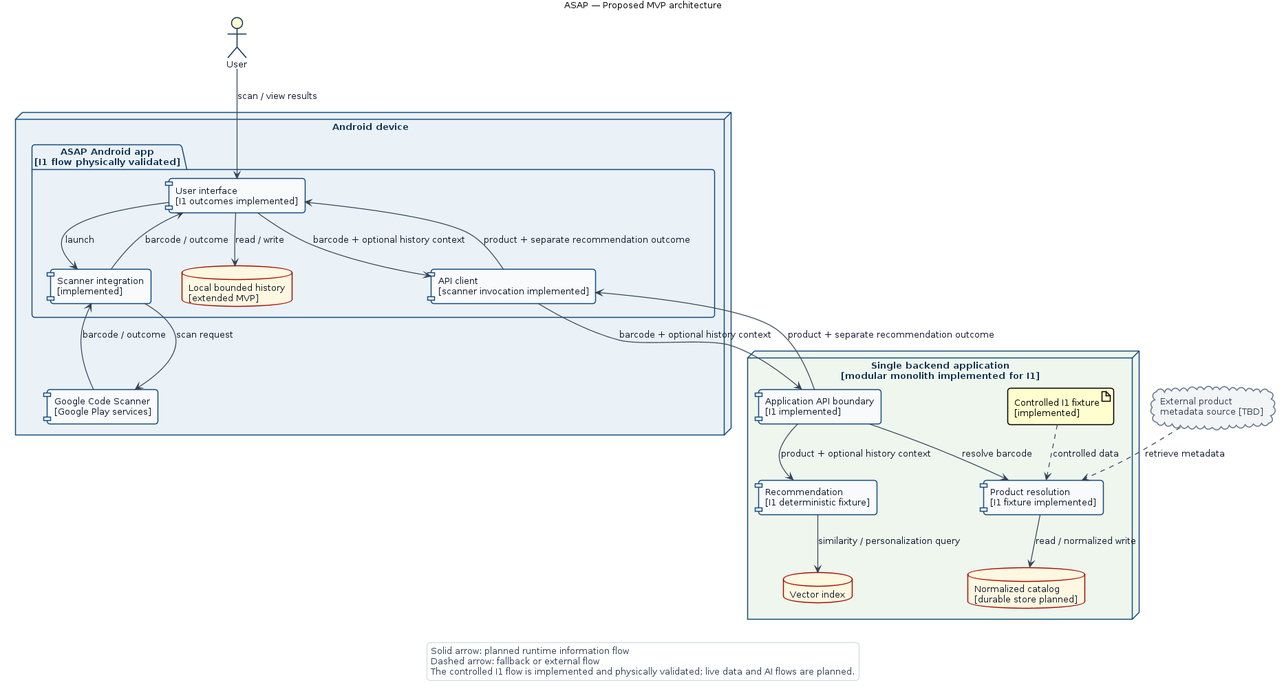
This is docs/diagrams/rendered/component-architecture.png from mikelandjelos/asap-app, a PlantUML export, as it was before one commit. Its source is kept beside it as docs/diagrams/component-architecture.puml.
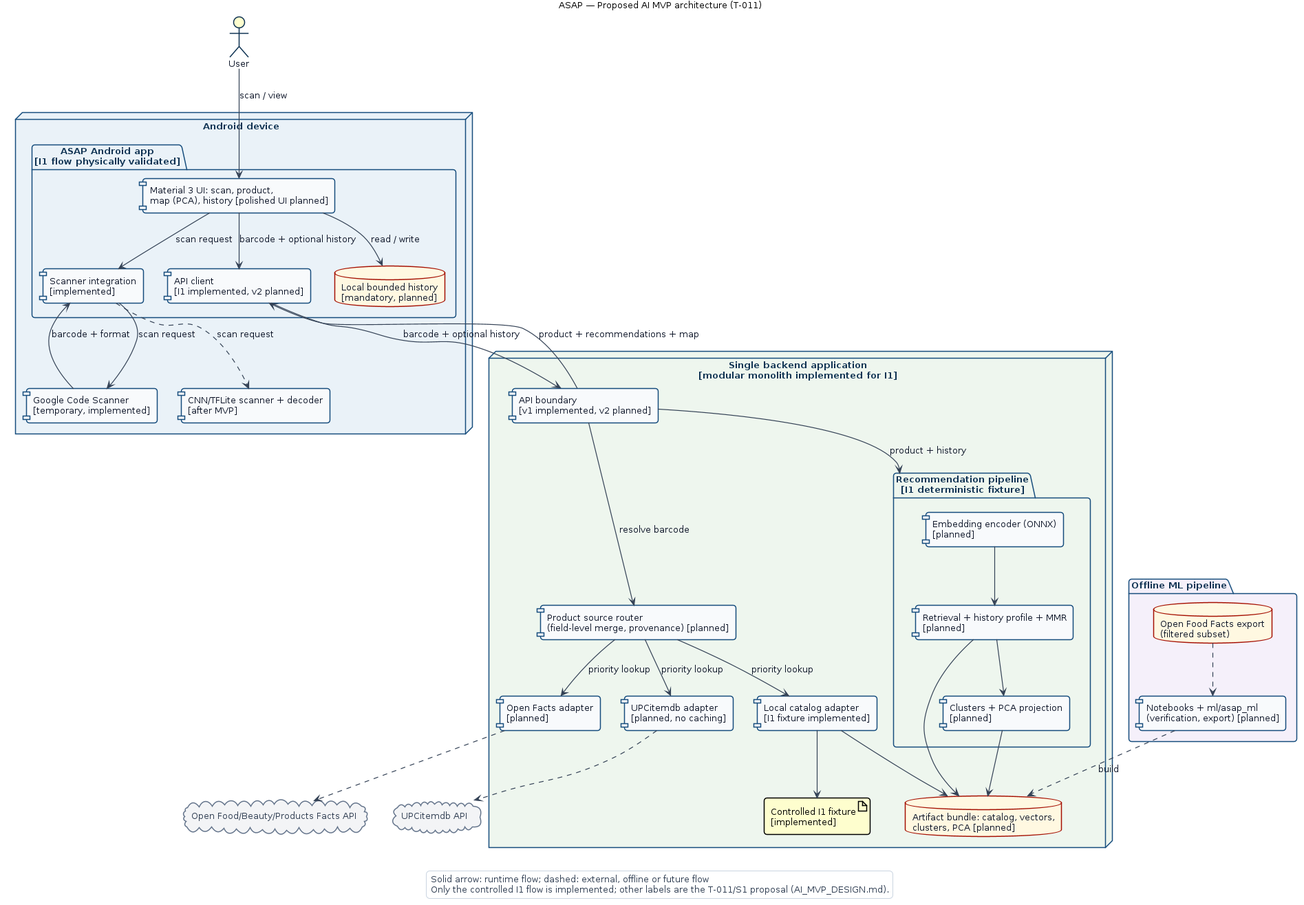
After the commit.

Change to the diagram source:
```diff
@@ -2,73 +2,87 @@
 !include includes/theme.puml
 
 !ifdef SERBIAN
-  !define DIAGRAM_TITLE ASAP — Planirana arhitektura MVP-a
+  !define DIAGRAM_TITLE ASAP — Planirana arhitektura AI MVP-a (T-011)
   !define USER_LABEL Korisnik
   !define DEVICE_LABEL Android uređaj
   !define APP_LABEL ASAP Android aplikacija\n[I1 tok fizički potvrđen]
-  !define UI_LABEL Korisnički interfejs\n[I1 ishodi implementirani]
+  !define UI_LABEL Material 3 UI: skeniranje, proizvod,\nmapa (PCA), istorija [doteran UI planiran]
   !define SCAN_ADAPTER_LABEL Integracija skenera\n[implementirano]
-  !define API_CLIENT_LABEL API klijent\n[poziv iz skenera implementiran]
-  !define HISTORY_LABEL Lokalna ograničena istorija\n[prošireni MVP]
-  !define GCS_LABEL Google Code Scanner\n[Google Play servisi]
+  !define API_CLIENT_LABEL API klijent\n[I1 implementiran, v2 planiran]
+  !define HISTORY_LABEL Lokalna ograničena istorija\n[obavezno, planirano]
+  !define GCS_LABEL Google Code Scanner\n[privremeno, implementirano]
+  !define CNN_LABEL CNN/TFLite skener + dekoder\n[posle MVP-a]
   !define BACKEND_LABEL Jedna backend aplikacija\n[modularni monolit implementiran za I1]
-  !define API_LABEL Aplikaciona API granica\n[I1 implementirano]
-  !define RESOLVER_LABEL Razrešavanje proizvoda\n[I1 fixture implementiran]
-  !define RECOMMENDER_LABEL Preporuke\n[I1 deterministički fixture]
-  !define PRODUCTS_LABEL Normalizovani katalog\n[trajno skladište planirano]
-  !define VECTORS_LABEL Vektorski indeks
+  !define API_LABEL API granica\n[v1 implementiran, v2 planiran]
+  !define ROUTER_LABEL Ruter izvora proizvoda\n(spajanje po poljima, poreklo) [planirano]
+  !define LOCAL_ADAPTER_LABEL Adapter lokalnog kataloga\n[I1 fixture implementiran]
+  !define OFF_ADAPTER_LABEL Open Facts adapter\n[planirano]
+  !define UPC_ADAPTER_LABEL UPCitemdb adapter\n[planirano, bez keširanja]
+  !define RECOMMENDER_LABEL Cevovod preporuka\n[I1 deterministički fixture]
+  !define ENCODER_LABEL Embedding enkoder (ONNX)\n[planirano]
+  !define RANKING_LABEL Pretraga + profil istorije + MMR\n[planirano]
+  !define PROJECTION_LABEL Klasteri + PCA projekcija\n[planirano]
+  !define BUNDLE_LABEL Paket artefakata: katalog, vektori,\nklasteri, PCA [planirano]
   !define FALLBACK_LABEL Kontrolisani I1 fixture\n[implementirano]
-  !define EXTERNAL_LABEL Eksterni izvor\nmetapodataka [nije izabran]
-  !define FLOW_USER skeniranje / prikaz rezultata
-  !define FLOW_LAUNCH pokretanje
+  !define OFFLINE_LABEL Offline ML cevovod
+  !define NOTEBOOKS_LABEL Notebook-ovi + ml/asap_ml\n(verifikacija, izvoz) [planirano]
+  !define EXPORT_LABEL Open Food Facts izvoz\n(filtriran podskup)
+  !define OFF_LABEL Open Food/Beauty/Products Facts API
+  !define UPC_LABEL UPCitemdb API
+  !define FLOW_USER skeniranje / prikaz
   !define FLOW_SCAN_CALL zahtev za skeniranje
-  !define FLOW_BARCODE barkod / ishod
+  !define FLOW_BARCODE barkod + format
   !define FLOW_HISTORY čitanje / upis
-  !define FLOW_REQUEST barkod + opcioni kontekst istorije
-  !define FLOW_LOOKUP razrešavanje barkoda
-  !define FLOW_CATALOG čitanje / normalizovani upis
-  !define FLOW_PROVIDER pribavljanje metapodataka
-  !define FLOW_FALLBACK kontrolisani podaci
-  !define FLOW_RANK proizvod + opcioni kontekst istorije
-  !define FLOW_SEARCH upit sličnosti / personalizacije
-  !define FLOW_RESPONSE proizvod + zaseban ishod preporuka
-  !define LEGEND_1 Puna strelica: planirani tok tokom rada
-  !define LEGEND_2 Isprekidana strelica: rezervni ili eksterni tok
-  !define LEGEND_3 Kontrolisani I1 tok je implementiran i fizički potvrđen; stvarni podaci i AI tokovi su planirani.
+  !define FLOW_REQUEST barkod + opciona istorija
+  !define FLOW_RESOLVE razrešavanje barkoda
+  !define FLOW_LOOKUP upit po prioritetu
+  !define FLOW_RANK proizvod + istorija
+  !define FLOW_LOAD učitavanje pri pokretanju
+  !define FLOW_BUILD generisanje
+  !define FLOW_RESPONSE proizvod + preporuke + mapa
+  !define LEGEND_1 Puna strelica: tok tokom rada; isprekidana: eksterni, offline ili budući tok
+  !define LEGEND_2 Implementiran je samo kontrolisani I1 tok; ostale oznake su predlog T-011/S1 (AI_MVP_DESIGN.md).
 !else
-  !define DIAGRAM_TITLE ASAP — Proposed MVP architecture
+  !define DIAGRAM_TITLE ASAP — Proposed AI MVP architecture (T-011)
   !define USER_LABEL User
   !define DEVICE_LABEL Android device
   !define APP_LABEL ASAP Android app\n[I1 flow physically validated]
-  !define UI_LABEL User interface\n[I1 outcomes implemented]
+  !define UI_LABEL Material 3 UI: scan, product,\nmap (PCA), history [polished UI planned]
   !define SCAN_ADAPTER_LABEL Scanner integration\n[implemented]
-  !define API_CLIENT_LABEL API client\n[scanner invocation implemented]
-  !define HISTORY_LABEL Local bounded history\n[extended MVP]
-  !define GCS_LABEL Google Code Scanner\n[Google Play services]
+  !define API_CLIENT_LABEL API client\n[I1 implemented, v2 planned]
+  !define HISTORY_LABEL Local bounded history\n[mandatory, planned]
+  !define GCS_LABEL Google Code Scanner\n[temporary, implemented]
+  !define CNN_LABEL CNN/TFLite scanner + decoder\n[after MVP]
   !define BACKEND_LABEL Single backend application\n[modular monolith implemented for I1]
-  !define API_LABEL Application API boundary\n[I1 implemented]
-  !define RESOLVER_LABEL Product resolution\n[I1 fixture implemented]
-  !define RECOMMENDER_LABEL Recommendation\n[I1 deterministic fixture]
-  !define PRODUCTS_LABEL Normalized catalog\n[durable store planned]
-  !define VECTORS_LABEL Vector index
+  !define API_LABEL API boundary\n[v1 implemented, v2 planned]
+  !define ROUTER_LABEL Product source router\n(field-level merge, provenance) [planned]
+  !define LOCAL_ADAPTER_LABEL Local catalog adapter\n[I1 fixture implemented]
+  !define OFF_ADAPTER_LABEL Open Facts adapter\n[planned]
+  !define UPC_ADAPTER_LABEL UPCitemdb adapter\n[planned, no caching]
+  !define RECOMMENDER_LABEL Recommendation pipeline\n[I1 deterministic fixture]
+  !define ENCODER_LABEL Embedding encoder (ONNX)\n[planned]
+  !define RANKING_LABEL Retrieval + history profile + MMR\n[planned]
+  !define PROJECTION_LABEL Clusters + PCA projection\n[planned]
+  !define BUNDLE_LABEL Artifact bundle: catalog, vectors,\nclusters, PCA [planned]
   !define FALLBACK_LABEL Controlled I1 fixture\n[implemented]
-  !define EXTERNAL_LABEL External product\nmetadata source [TBD]
-  !define FLOW_USER scan / view results
-  !define FLOW_LAUNCH launch
+  !define OFFLINE_LABEL Offline ML pipeline
+  !define NOTEBOOKS_LABEL Notebooks + ml/asap_ml\n(verification, export) [planned]
+  !define EXPORT_LABEL Open Food Facts export\n(filtered subset)
+  !define OFF_LABEL Open Food/Beauty/Products Facts API
+  !define UPC_LABEL UPCitemdb API
+  !define FLOW_USER scan / view
   !define FLOW_SCAN_CALL scan request
-  !define FLOW_BARCODE barcode / outcome
+  !define FLOW_BARCODE barcode + format
   !define FLOW_HISTORY read / write
-  !define FLOW_REQUEST barcode + optional history context
-  !define FLOW_LOOKUP resolve barcode
-  !define FLOW_CATALOG read / normalized write
-  !define FLOW_PROVIDER retrieve metadata
-  !define FLOW_FALLBACK controlled data
-  !define FLOW_RANK product + optional history context
-  !define FLOW_SEARCH similarity / personalization query
-  !define FLOW_RESPONSE product + separate recommendation outcome
-  !define LEGEND_1 Solid arrow: planned runtime information flow
-  !define LEGEND_2 Dashed arrow: fallback or external flow
-  !define LEGEND_3 The controlled I1 flow is implemented and physically validated; live data and AI flows are planned.
+  !define FLOW_REQUEST barcode + optional history
+  !define FLOW_RESOLVE resolve barcode
+  !define FLOW_LOOKUP priority lookup
+  !define FLOW_RANK product + history
+  !define FLOW_LOAD load at startup
+  !define FLOW_BUILD build
+  !define FLOW_RESPONSE product + recommendations + map
+  !define LEGEND_1 Solid arrow: runtime flow; dashed: external, offline or future flow
+  !define LEGEND_2 Only the controlled I1 flow is implemented; other labels are the T-011/S1 proposal (AI_MVP_DESIGN.md).
 !endif
 
 title DIAGRAM_TITLE
@@ -84,41 +98,61 @@
     database "HISTORY_LABEL" as history
   }
   component "GCS_LABEL" as scanner
+  component "CNN_LABEL" as cnn
 }
 
 node "BACKEND_LABEL" as backend #EEF6EE {
   component "API_LABEL" as api
-  component "RESOLVER_LABEL" as resolver
-  component "RECOMMENDER_LABEL" as recommender
-  database "PRODUCTS_LABEL" as products
-  database "VECTORS_LABEL" as vectors
+  component "ROUTER_LABEL" as router
+  component "LOCAL_ADAPTER_LABEL" as local_adapter
+  component "OFF_ADAPTER_LABEL" as off_adapter
+  component "UPC_ADAPTER_LABEL" as upc_adapter
+  package "RECOMMENDER_LABEL" as recommender #EEF6EE {
+    component "ENCODER_LABEL" as encoder
+    component "RANKING_LABEL" as ranking
+    component "PROJECTION_LABEL" as projection
+  }
+  database "BUNDLE_LABEL" as bundle
   artifact "FALLBACK_LABEL" as fallback
 }
 
-cloud "EXTERNAL_LABEL" as external
+package "OFFLINE_LABEL" as offline #F5F0FA {
+  component "NOTEBOOKS_LABEL" as notebooks
+  database "EXPORT_LABEL" as export
+}
+
+cloud "OFF_LABEL" as off
+cloud "UPC_LABEL" as upc
 
 user --> ui : FLOW_USER
-ui --> scan_adapter : FLOW_LAUNCH
+ui --> scan_adapter : FLOW_SCAN_CALL
 scan_adapter --> scanner : FLOW_SCAN_CALL
 scanner --> scan_adapter : FLOW_BARCODE
-scan_adapter --> ui : FLOW_BARCODE
+scan_adapter ..> cnn : FLOW_SCAN_CALL
 ui --> history : FLOW_HISTORY
 ui --> api_client : FLOW_REQUEST
 api_client --> api : FLOW_REQUEST
-api --> resolver : FLOW_LOOKUP
-resolver --> products : FLOW_CATALOG
-external ..> resolver : FLOW_PROVIDER
-fallback ..> resolver : FLOW_FALLBACK
+api --> router : FLOW_RESOLVE
+router --> local_adapter : FLOW_LOOKUP
+router --> off_adapter : FLOW_LOOKUP
+router --> upc_adapter : FLOW_LOOKUP
+local_adapter --> bundle
+local_adapter --> fallback
+off_adapter ..> off
+upc_adapter ..> upc
 api --> recommender : FLOW_RANK
-recommender --> vectors : FLOW_SEARCH
+encoder --> ranking
+ranking --> projection
+ranking --> bundle
+projection --> bundle
+export ..> notebooks
+notebooks ..> bundle : FLOW_BUILD
 api --> api_client : FLOW_RESPONSE
-api_client --> ui : FLOW_RESPONSE
 
 !ifndef PRESENTATION
   legend bottom
     LEGEND_1
     LEGEND_2
-    LEGEND_3
   endlegend
 !endif
 
```
